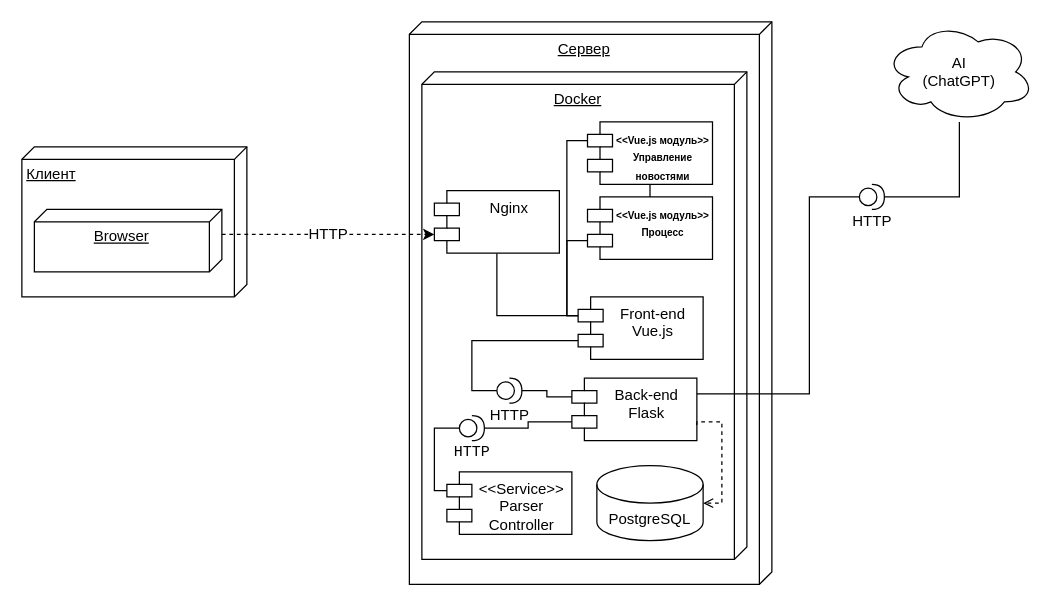
This is Диаграммы/componentsDiagram.drawio from 0hJonny/Diplom_60701_, a draw.io file, before an edit. Source tidied: cells renumbered, new cells numbered last; positions are measured from the earlier drawing's top-left corner, leaving out a move shared by most shapes. Both pictures are drawn from the tidied source at 125%, with x=0, y=0 at pixel (21, 21).
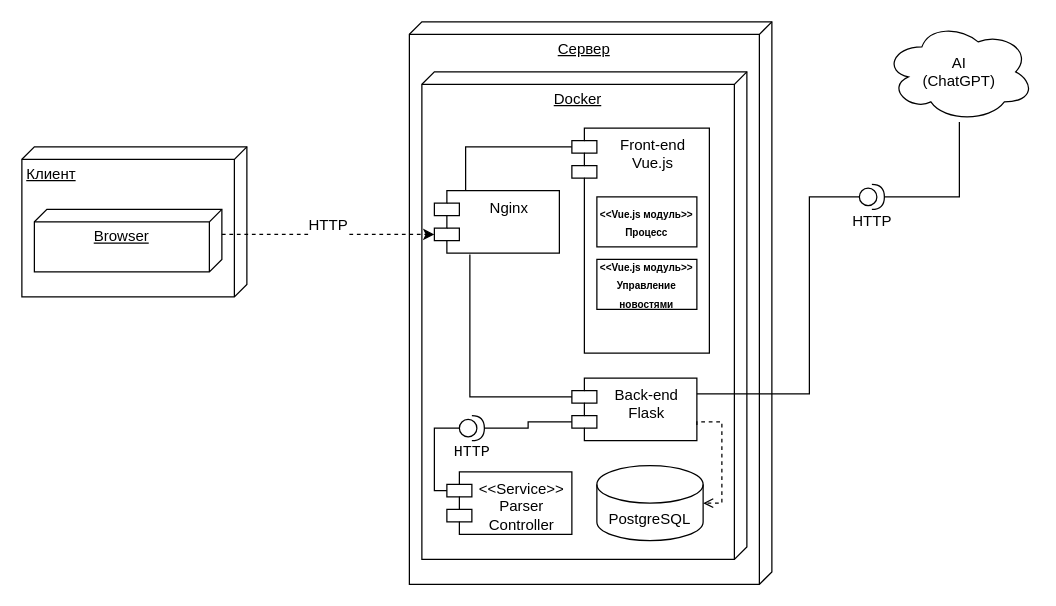
The same page after the edit.

Unchanged cells that the change refers to:
```xml
<mxCell id="3" value="&lt;div align=&quot;justify&quot;&gt;Browser&lt;/div&gt;" style="verticalAlign=top;align=center;spacingTop=8;spacingLeft=2;spacingRight=12;shape=cube;size=10;direction=south;fontStyle=4;html=1;whiteSpace=wrap;" parent="1" vertex="1">
  <mxGeometry x="10" y="150" width="150" height="50" as="geometry" />
</mxCell>
<mxCell id="6" value="&lt;div&gt;Back-end&lt;/div&gt;&lt;div&gt;Flask&lt;br&gt;&lt;/div&gt;" style="shape=module;align=left;spacingLeft=20;align=center;verticalAlign=top;whiteSpace=wrap;html=1;" parent="1" vertex="1">
  <mxGeometry x="440" y="285" width="100" height="50" as="geometry" />
</mxCell>
```

What changed in the source:
```diff
@@
-    <mxCell id="15" style="edgeStyle=orthogonalEdgeStyle;rounded=0;jettySize=auto;html=1;exitX=0;exitY=0;exitDx=0;exitDy=15;exitPerimeter=0;entryX=0.5;entryY=1;entryDx=0;entryDy=0;endArrow=none;endFill=0;" parent="1" edge="1" source="17" target="24">
-      <mxGeometry relative="1" as="geometry">
-        <Array as="points">
-          <mxPoint x="436" y="235" />
-          <mxPoint x="436" y="175" />
-          <mxPoint x="502" y="175" />
-        </Array>
-      </mxGeometry>
-    </mxCell>
-    <mxCell id="16" style="edgeStyle=orthogonalEdgeStyle;rounded=0;jettySize=auto;html=1;endArrow=none;endFill=0;exitX=0;exitY=0;exitDx=0;exitDy=15;exitPerimeter=0;" parent="1" edge="1" source="17" target="25">
-      <mxGeometry relative="1" as="geometry" />
+    <mxCell id="16" style="edgeStyle=orthogonalEdgeStyle;rounded=0;jettySize=auto;html=1;endArrow=none;endFill=0;exitX=0;exitY=0;exitDx=0;exitDy=15;exitPerimeter=0;entryX=0.25;entryY=0;entryDx=0;entryDy=0;" parent="1" edge="1" source="17" target="25">
+      <mxGeometry relative="1" as="geometry">
+        <Array as="points">
+          <mxPoint x="355" y="100" />
+        </Array>
+      </mxGeometry>
     </mxCell>
     <mxCell id="17" value="&lt;div&gt;Front-end&lt;/div&gt;&lt;div&gt;Vue.js&lt;/div&gt;" style="shape=module;align=left;spacingLeft=20;align=center;verticalAlign=top;whiteSpace=wrap;html=1;" parent="1" vertex="1">
-      <mxGeometry x="445" y="220" width="100" height="50" as="geometry" />
+      <mxGeometry x="440" y="85" width="110" height="180" as="geometry" />
     </mxCell>
-    <mxCell id="18" value="HTTP" style="shape=providedRequiredInterface;html=1;verticalLabelPosition=bottom;sketch=0;" parent="1" vertex="1">
-      <mxGeometry x="380" y="285" width="20" height="20" as="geometry" />
-    </mxCell>
-    <mxCell id="19" value="&lt;font style=&quot;font-size: 12px;&quot;&gt;HTTP&lt;/font&gt;" style="edgeStyle=orthogonalEdgeStyle;rounded=0;jettySize=auto;html=1;exitX=0;exitY=0;exitDx=20;exitDy=0;exitPerimeter=0;entryX=0;entryY=0;entryDx=0;entryDy=35;entryPerimeter=0;dashed=1;" parent="1" edge="1" source="3" target="25">
+    <mxCell id="19" value="&lt;font style=&quot;font-size: 12px;&quot;&gt;HTTP&lt;br&gt;&lt;br&gt;&lt;/font&gt;" style="edgeStyle=orthogonalEdgeStyle;rounded=0;jettySize=auto;html=1;exitX=0;exitY=0;exitDx=20;exitDy=0;exitPerimeter=0;entryX=0;entryY=0;entryDx=0;entryDy=35;entryPerimeter=0;dashed=1;startArrow=none;startFill=0;" parent="1" edge="1" source="3" target="25">
       <mxGeometry relative="1" as="geometry" />
     </mxCell>
@@
-    <mxCell id="22" style="edgeStyle=orthogonalEdgeStyle;rounded=0;jettySize=auto;html=1;entryX=0;entryY=0;entryDx=0;entryDy=15;entryPerimeter=0;endArrow=none;endFill=0;" parent="1" edge="1" source="18" target="6">
-      <mxGeometry relative="1" as="geometry" />
-    </mxCell>
+    <mxCell id="25" value="&lt;font style=&quot;&quot;&gt;Nginx&lt;br&gt;&lt;/font&gt;" style="shape=module;align=left;spacingLeft=20;align=center;verticalAlign=top;whiteSpace=wrap;html=1;" parent="1" vertex="1">
+      <mxGeometry x="330" y="135" width="100" height="50" as="geometry" />
+    </mxCell>
+    <mxCell id="26" style="edgeStyle=orthogonalEdgeStyle;rounded=0;jettySize=auto;html=1;endArrow=none;endFill=0;exitX=0.284;exitY=1.02;exitDx=0;exitDy=0;exitPerimeter=0;entryX=0;entryY=0;entryDx=0;entryDy=15;entryPerimeter=0;" parent="1" edge="1" source="25" target="6">
+      <mxGeometry relative="1" as="geometry" />
+    </mxCell>
-    <mxCell id="23" value="&lt;font style=&quot;font-size: 8px;&quot;&gt;&lt;b&gt;&amp;lt;&amp;lt;Vue.js модуль&amp;gt;&amp;gt;&lt;br&gt;Процесс&lt;/b&gt;&lt;br&gt;&lt;/font&gt;" style="shape=module;align=left;spacingLeft=20;align=center;verticalAlign=top;whiteSpace=wrap;html=1;" parent="1" vertex="1">
-      <mxGeometry x="452.5" y="140" width="100" height="50" as="geometry" />
+    <mxCell id="23" value="&lt;b style=&quot;border-color: var(--border-color); font-size: 8px;&quot;&gt;&amp;lt;&amp;lt;Vue.js модуль&amp;gt;&amp;gt;&lt;br style=&quot;border-color: var(--border-color);&quot;&gt;Процесс&lt;/b&gt;" style="rounded=0;whiteSpace=wrap;html=1;" parent="1" vertex="1">
+      <mxGeometry x="460" y="140" width="80" height="40" as="geometry" />
     </mxCell>
-    <mxCell id="24" value="&lt;font style=&quot;font-size: 8px;&quot;&gt;&lt;b&gt;&amp;lt;&amp;lt;Vue.js модуль&amp;gt;&amp;gt;&lt;br&gt;Управление новостями&lt;/b&gt;&lt;br&gt;&lt;/font&gt;" style="shape=module;align=left;spacingLeft=20;align=center;verticalAlign=top;whiteSpace=wrap;html=1;" parent="1" vertex="1">
-      <mxGeometry x="452.5" y="80" width="100" height="50" as="geometry" />
+    <mxCell id="24" value="&lt;b style=&quot;border-color: var(--border-color); font-size: 8px;&quot;&gt;&amp;lt;&amp;lt;Vue.js модуль&amp;gt;&amp;gt;&lt;br style=&quot;border-color: var(--border-color);&quot;&gt;Управление новостями&lt;/b&gt;" style="rounded=0;whiteSpace=wrap;html=1;" parent="1" vertex="1">
+      <mxGeometry x="460" y="190" width="80" height="40" as="geometry" />
     </mxCell>
-    <mxCell id="25" value="&lt;font style=&quot;&quot;&gt;Nginx&lt;br&gt;&lt;/font&gt;" style="shape=module;align=left;spacingLeft=20;align=center;verticalAlign=top;whiteSpace=wrap;html=1;" parent="1" vertex="1">
-      <mxGeometry x="330" y="135" width="100" height="50" as="geometry" />
-    </mxCell>
-    <mxCell id="26" style="edgeStyle=orthogonalEdgeStyle;rounded=0;jettySize=auto;html=1;entryX=0;entryY=0.5;entryDx=0;entryDy=0;entryPerimeter=0;endArrow=none;endFill=0;exitX=0;exitY=0;exitDx=0;exitDy=35;exitPerimeter=0;" parent="1" edge="1" source="17" target="18">
-      <mxGeometry relative="1" as="geometry" />
-    </mxCell>
-    <mxCell id="27" style="edgeStyle=orthogonalEdgeStyle;rounded=0;jettySize=auto;html=1;entryX=0;entryY=0;entryDx=0;entryDy=15;entryPerimeter=0;exitX=0;exitY=0;exitDx=0;exitDy=15;exitPerimeter=0;endArrow=none;endFill=0;" parent="1" edge="1" source="17" target="24">
-      <mxGeometry relative="1" as="geometry">
-        <Array as="points">
-          <mxPoint x="436" y="235" />
-          <mxPoint x="436" y="95" />
-        </Array>
-      </mxGeometry>
-    </mxCell>
```
